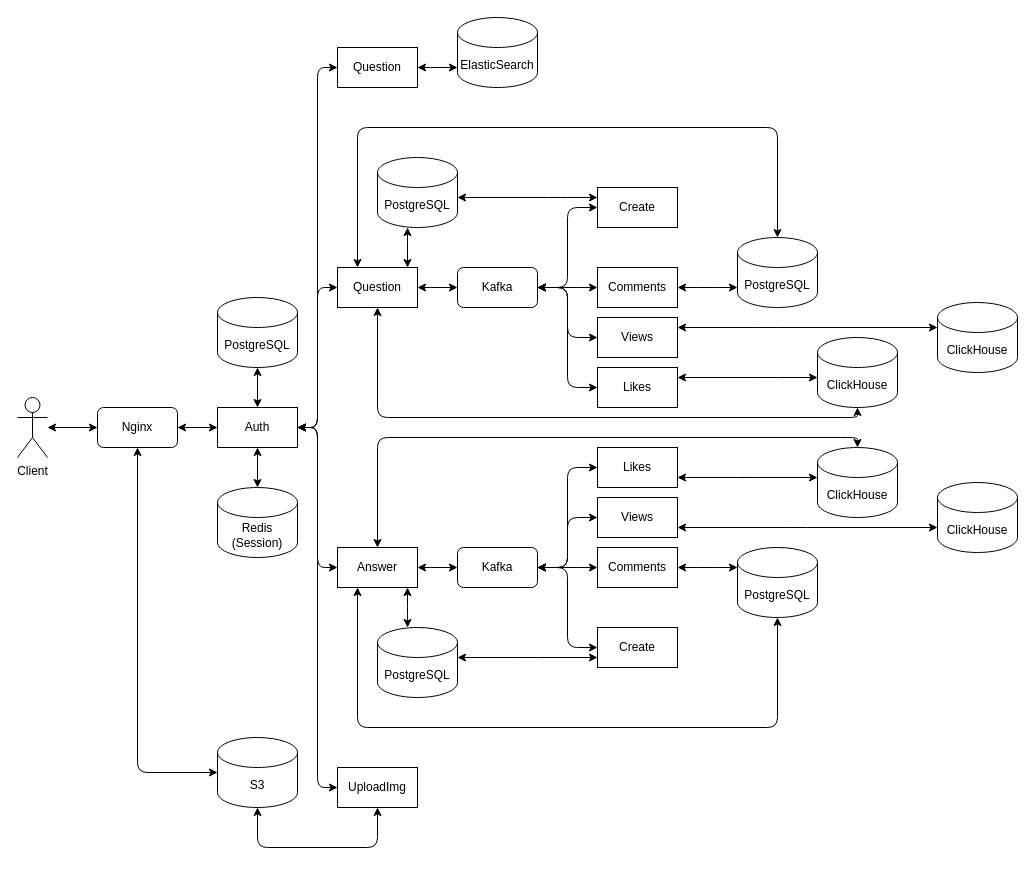
The draw.io diagram bp_project.drawio in mihaillatyshov/TP-Highload-2023H2, before the edit. Source tidied: cells renumbered, new cells numbered last; positions are measured from the earlier drawing's top-left corner, leaving out a move shared by most shapes. Both pictures are drawn from the tidied source at 100%, with x=0, y=0 at pixel (17, 17).
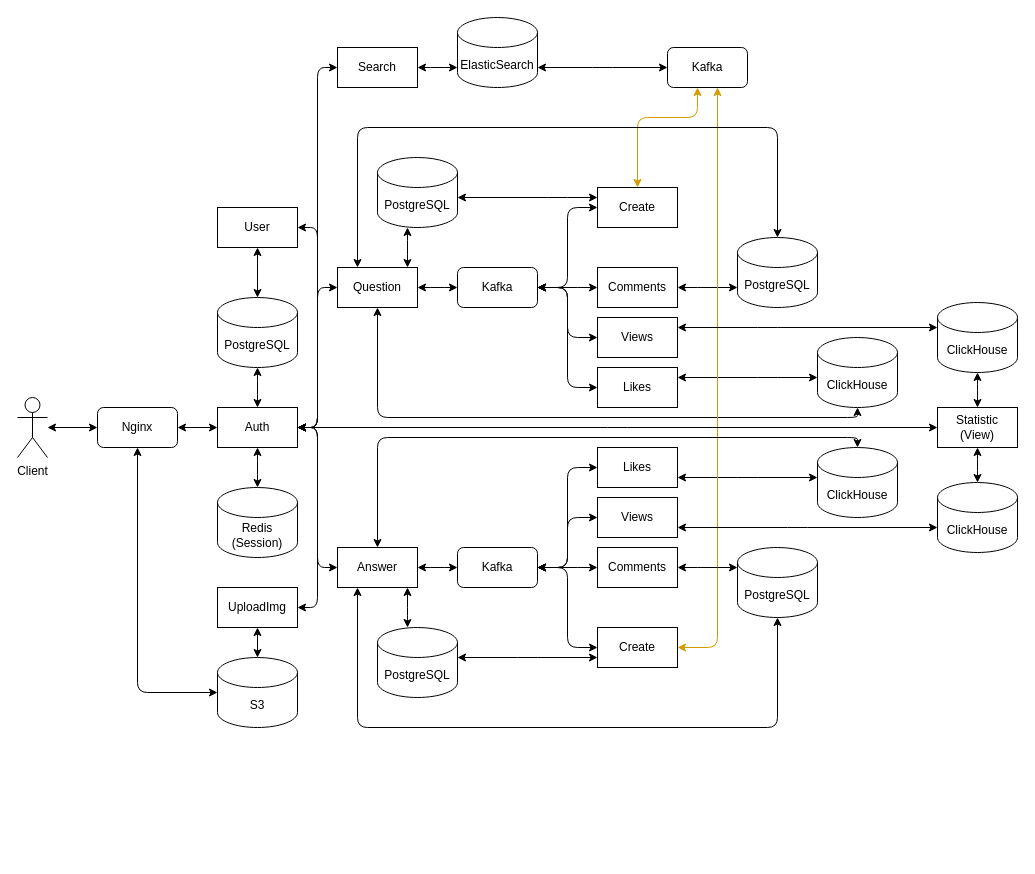
After the change.

The change refers to these unchanged cells:
```xml
<mxCell id="11" value="Auth" style="rounded=0;whiteSpace=wrap;html=1;" parent="1" vertex="1">
  <mxGeometry x="200" y="390" width="80" height="40" as="geometry" />
</mxCell>
<mxCell id="15" value="PostgreSQL" style="shape=cylinder3;whiteSpace=wrap;html=1;boundedLbl=1;backgroundOutline=1;size=15;" parent="1" vertex="1">
  <mxGeometry x="200" y="280" width="80" height="70" as="geometry" />
</mxCell>
<mxCell id="39" value="Create" style="rounded=0;whiteSpace=wrap;html=1;" parent="1" vertex="1">
  <mxGeometry x="580" y="170" width="80" height="40" as="geometry" />
</mxCell>
<mxCell id="45" value="Create" style="rounded=0;whiteSpace=wrap;html=1;" parent="1" vertex="1">
  <mxGeometry x="580" y="610" width="80" height="40" as="geometry" />
</mxCell>
<mxCell id="56" value="ClickHouse" style="shape=cylinder3;whiteSpace=wrap;html=1;boundedLbl=1;backgroundOutline=1;size=15;" parent="1" vertex="1">
  <mxGeometry x="920" y="465" width="80" height="70" as="geometry" />
</mxCell>
<mxCell id="59" value="ClickHouse" style="shape=cylinder3;whiteSpace=wrap;html=1;boundedLbl=1;backgroundOutline=1;size=15;" parent="1" vertex="1">
  <mxGeometry x="920" y="285" width="80" height="70" as="geometry" />
</mxCell>
<mxCell id="65" value="ElasticSearch" style="shape=cylinder3;whiteSpace=wrap;html=1;boundedLbl=1;backgroundOutline=1;size=15;" parent="1" vertex="1">
  <mxGeometry x="440" width="80" height="70" as="geometry" />
</mxCell>
```

The edit, as a diff of the source:
```diff
@@
     <mxCell id="9" style="edgeStyle=elbowEdgeStyle;html=1;startArrow=classic;startFill=1;" parent="1" edge="1" source="11" target="61">
-      <mxGeometry relative="1" as="geometry" />
+      <mxGeometry relative="1" as="geometry">
+        <Array as="points">
+          <mxPoint x="300" y="560" />
+        </Array>
+      </mxGeometry>
     </mxCell>
@@
+    <mxCell id="66" style="edgeStyle=elbowEdgeStyle;elbow=vertical;html=1;startArrow=classic;startFill=1;" parent="1" edge="1" source="11" target="70">
+      <mxGeometry relative="1" as="geometry">
+        <Array as="points">
+          <mxPoint x="300" y="260" />
+        </Array>
+      </mxGeometry>
+    </mxCell>
@@
+    <mxCell id="67" style="edgeStyle=elbowEdgeStyle;html=1;startArrow=classic;startFill=1;fillColor=#ffe6cc;strokeColor=#d79b00;elbow=vertical;" parent="1" edge="1" source="39" target="72">
+      <mxGeometry relative="1" as="geometry">
+        <Array as="points">
+          <mxPoint x="680" y="100" />
+          <mxPoint x="620" y="100" />
+        </Array>
+      </mxGeometry>
+    </mxCell>
@@
+    <mxCell id="68" style="edgeStyle=elbowEdgeStyle;html=1;startArrow=classic;startFill=1;fillColor=#ffe6cc;strokeColor=#d79b00;" parent="1" edge="1" source="45" target="72">
+      <mxGeometry relative="1" as="geometry">
+        <Array as="points">
+          <mxPoint x="700" y="90" />
+          <mxPoint x="690" y="150" />
+        </Array>
+      </mxGeometry>
+    </mxCell>
@@
     <mxCell id="60" style="edgeStyle=elbowEdgeStyle;html=1;startArrow=classic;startFill=1;" parent="1" edge="1" source="61" target="62">
       <mxGeometry relative="1" as="geometry">
         <Array as="points">
+          <mxPoint x="240" y="660" />
           <mxPoint x="310" y="830" />
         </Array>
       </mxGeometry>
     </mxCell>
     <mxCell id="61" value="UploadImg" style="rounded=0;whiteSpace=wrap;html=1;" parent="1" vertex="1">
-      <mxGeometry x="320" y="750" width="80" height="40" as="geometry" />
+      <mxGeometry x="200" y="570" width="80" height="40" as="geometry" />
     </mxCell>
     <mxCell id="62" value="S3" style="shape=cylinder3;whiteSpace=wrap;html=1;boundedLbl=1;backgroundOutline=1;size=15;" parent="1" vertex="1">
-      <mxGeometry x="200" y="720" width="80" height="70" as="geometry" />
+      <mxGeometry x="200" y="640" width="80" height="70" as="geometry" />
     </mxCell>
@@
-    <mxCell id="64" value="Question" style="rounded=0;whiteSpace=wrap;html=1;" parent="1" vertex="1">
+    <mxCell id="64" value="Search" style="rounded=0;whiteSpace=wrap;html=1;" parent="1" vertex="1">
       <mxGeometry x="320" y="30" width="80" height="40" as="geometry" />
     </mxCell>
@@
+    <mxCell id="69" style="edgeStyle=elbowEdgeStyle;elbow=vertical;html=1;startArrow=classic;startFill=1;" parent="1" edge="1" source="70" target="15">
+      <mxGeometry relative="1" as="geometry" />
+    </mxCell>
+    <mxCell id="70" value="User" style="rounded=0;whiteSpace=wrap;html=1;" parent="1" vertex="1">
+      <mxGeometry x="200" y="190" width="80" height="40" as="geometry" />
+    </mxCell>
+    <mxCell id="71" style="edgeStyle=elbowEdgeStyle;html=1;startArrow=classic;startFill=1;elbow=vertical;" parent="1" edge="1" source="72" target="65">
+      <mxGeometry relative="1" as="geometry" />
+    </mxCell>
+    <mxCell id="72" value="Kafka" style="rounded=1;whiteSpace=wrap;html=1;" parent="1" vertex="1">
+      <mxGeometry x="650" y="30" width="80" height="40" as="geometry" />
+    </mxCell>
+    <mxCell id="73" style="edgeStyle=elbowEdgeStyle;elbow=vertical;html=1;startArrow=classic;startFill=1;" parent="1" edge="1" source="76" target="59">
+      <mxGeometry relative="1" as="geometry" />
+    </mxCell>
+    <mxCell id="74" style="edgeStyle=elbowEdgeStyle;html=1;startArrow=classic;startFill=1;" parent="1" edge="1" source="76" target="56">
+      <mxGeometry relative="1" as="geometry" />
+    </mxCell>
+    <mxCell id="75" style="edgeStyle=elbowEdgeStyle;html=1;startArrow=classic;startFill=1;" parent="1" edge="1" source="76" target="11">
+      <mxGeometry relative="1" as="geometry" />
+    </mxCell>
+    <mxCell id="76" value="Statistic&lt;br&gt;(View)" style="rounded=0;whiteSpace=wrap;html=1;" parent="1" vertex="1">
+      <mxGeometry x="920" y="390" width="80" height="40" as="geometry" />
+    </mxCell>
```
